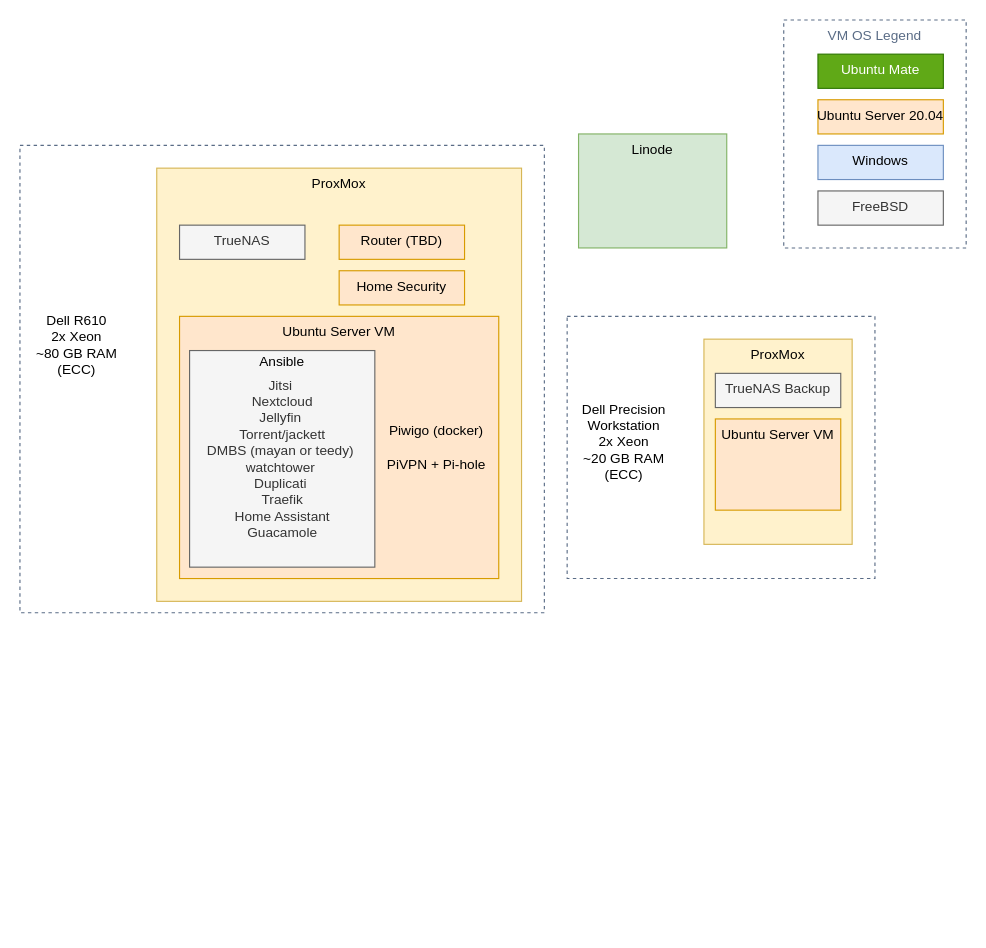
nicpayne713/home-server keeps this draw.io diagram as page "Final Stage" (2 of 3) of docs/new-setup.drawio. Above is the earlier version. Source tidied: cells renumbered, new cells numbered last; positions are measured from the earlier drawing's top-left corner, leaving out a move shared by most shapes. Both pictures are drawn from the tidied source at 114%, with x=0, y=0 at pixel (19, 19).
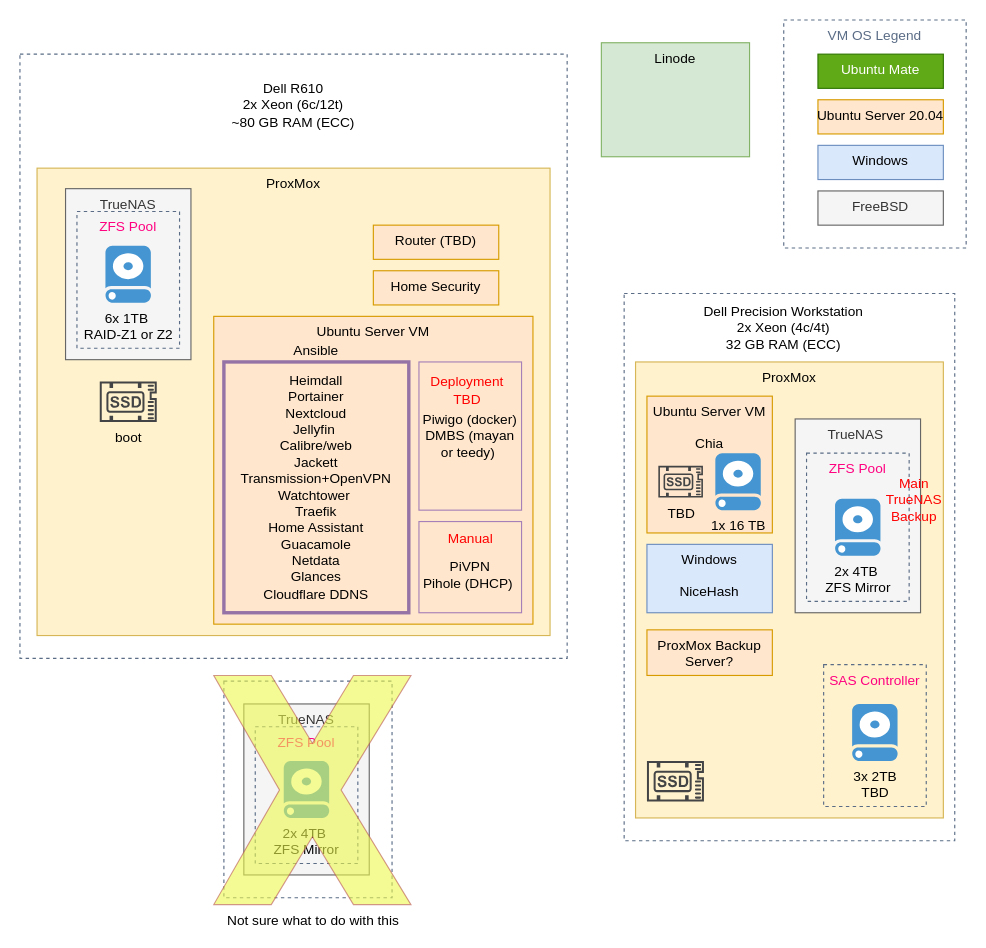
The same page after the edit.

Change to the diagram source:
```diff
@@
-    <mxCell id="2" style="group;" parent="1" vertex="1">
-      <mxGeometry y="110" width="460" height="420" as="geometry" />
-    </mxCell>
+    <mxCell id="4" value="ProxMox" style="fillColor=#fff2cc;strokeColor=#d6b656;dashed=0;verticalAlign=top;fontStyle=0;" parent="1" vertex="1">
+      <mxGeometry x="15" y="130" width="450" height="410" as="geometry" />
+    </mxCell>
-    <mxCell id="3" style="fillColor=none;strokeColor=#5A6C86;dashed=1;verticalAlign=top;fontStyle=0;fontColor=#5A6C86;" parent="2" vertex="1">
-      <mxGeometry width="460" height="410" as="geometry" />
+    <mxCell id="3" style="fillColor=none;strokeColor=#5A6C86;dashed=1;verticalAlign=top;fontStyle=0;fontColor=#5A6C86;" parent="1" vertex="1">
+      <mxGeometry y="30" width="480" height="530" as="geometry" />
     </mxCell>
-    <mxCell id="4" value="ProxMox" style="fillColor=#fff2cc;strokeColor=#d6b656;dashed=0;verticalAlign=top;fontStyle=0;" parent="2" vertex="1">
-      <mxGeometry x="120" y="20" width="320" height="380" as="geometry" />
-    </mxCell>
+    <mxCell id="17" style="fillColor=none;strokeColor=#5A6C86;dashed=1;verticalAlign=top;fontStyle=0;fontColor=#5A6C86;" parent="1" vertex="1">
+      <mxGeometry x="530" y="240" width="290" height="480" as="geometry" />
+    </mxCell>
+    <mxCell id="14" value="ProxMox&#10;" style="fillColor=#fff2cc;strokeColor=#d6b656;dashed=0;verticalAlign=top;fontStyle=0;" parent="1" vertex="1">
+      <mxGeometry x="540" y="300" width="270" height="400" as="geometry" />
+    </mxCell>
+    <mxCell id="15" value="TrueNAS " style="fillColor=#f5f5f5;strokeColor=#666666;dashed=0;verticalAlign=top;fontStyle=0;fontColor=#333333;" parent="1" vertex="1">
+      <mxGeometry x="680" y="350" width="110" height="170" as="geometry" />
+    </mxCell>
+    <mxCell id="22" value="VM OS Legend" style="fillColor=none;strokeColor=#5A6C86;dashed=1;verticalAlign=top;fontStyle=0;fontColor=#5A6C86;" parent="1" vertex="1">
+      <mxGeometry x="670" width="160" height="200" as="geometry" />
+    </mxCell>
+    <mxCell id="19" value="Ubuntu Mate" style="fillColor=#60a917;strokeColor=#2D7600;dashed=0;verticalAlign=top;fontStyle=0;fontColor=#ffffff;" parent="1" vertex="1">
+      <mxGeometry x="700" y="30" width="110" height="30" as="geometry" />
+    </mxCell>
+    <mxCell id="20" value="Ubuntu Server 20.04" style="fillColor=#ffe6cc;strokeColor=#d79b00;dashed=0;verticalAlign=top;fontStyle=0;" parent="1" vertex="1">
+      <mxGeometry x="700" y="70" width="110" height="30" as="geometry" />
+    </mxCell>
+    <mxCell id="21" value="Windows" style="fillColor=#dae8fc;strokeColor=#6c8ebf;dashed=0;verticalAlign=top;fontStyle=0;" parent="1" vertex="1">
+      <mxGeometry x="700" y="110" width="110" height="30" as="geometry" />
+    </mxCell>
+    <mxCell id="23" value="FreeBSD" style="fillColor=#f5f5f5;strokeColor=#666666;dashed=0;verticalAlign=top;fontStyle=0;fontColor=#333333;" parent="1" vertex="1">
+      <mxGeometry x="700" y="150" width="110" height="30" as="geometry" />
+    </mxCell>
+    <mxCell id="24" value="Linode&#10;" style="fillColor=#d5e8d4;strokeColor=#82b366;dashed=0;verticalAlign=top;fontStyle=0;" parent="1" vertex="1">
+      <mxGeometry x="510" y="20" width="130" height="100" as="geometry" />
+    </mxCell>
+    <mxCell id="8" value="Dell R610&lt;br&gt;2x Xeon (6c/12t)&lt;br&gt;~80 GB RAM (ECC)" style="text;html=1;strokeColor=none;fillColor=none;align=center;verticalAlign=middle;whiteSpace=wrap;rounded=0;" parent="1" vertex="1">
+      <mxGeometry x="130" y="50" width="220" height="50" as="geometry" />
+    </mxCell>
+    <mxCell id="18" value="Dell Precision Workstation&lt;br&gt;2x Xeon (4c/4t)&lt;br&gt;32 GB RAM (ECC)" style="text;html=1;strokeColor=none;fillColor=none;align=center;verticalAlign=middle;whiteSpace=wrap;rounded=0;" parent="1" vertex="1">
+      <mxGeometry x="560" y="240" width="220" height="60" as="geometry" />
+    </mxCell>
-    <mxCell id="5" value="TrueNAS" style="fillColor=#f5f5f5;strokeColor=#666666;dashed=0;verticalAlign=top;fontStyle=0;fontColor=#333333;" parent="2" vertex="1">
-      <mxGeometry x="140" y="70" width="110" height="30" as="geometry" />
+    <mxCell id="5" value="TrueNAS" style="fillColor=#f5f5f5;strokeColor=#666666;dashed=0;verticalAlign=top;fontStyle=0;fontColor=#333333;" parent="1" vertex="1">
+      <mxGeometry x="196.4" y="600" width="110" height="150" as="geometry" />
     </mxCell>
-    <mxCell id="6" value="Router (TBD)" style="fillColor=#ffe6cc;strokeColor=#d79b00;dashed=0;verticalAlign=top;fontStyle=0;" parent="2" vertex="1">
-      <mxGeometry x="280" y="70" width="110" height="30" as="geometry" />
+    <mxCell id="6" value="Router (TBD)" style="fillColor=#ffe6cc;strokeColor=#d79b00;dashed=0;verticalAlign=top;fontStyle=0;" parent="1" vertex="1">
+      <mxGeometry x="310" y="180" width="110" height="30" as="geometry" />
     </mxCell>
-    <mxCell id="7" value="Ubuntu Server VM" style="fillColor=#ffe6cc;strokeColor=#d79b00;dashed=0;verticalAlign=top;fontStyle=0;" parent="2" vertex="1">
-      <mxGeometry x="140" y="150" width="280" height="230" as="geometry" />
+    <mxCell id="7" value="Ubuntu Server VM" style="fillColor=#ffe6cc;strokeColor=#d79b00;dashed=0;verticalAlign=top;fontStyle=0;" parent="1" vertex="1">
+      <mxGeometry x="170" y="260" width="280" height="270" as="geometry" />
     </mxCell>
-    <mxCell id="8" value="Dell R610&lt;br&gt;2x Xeon&lt;br&gt;~80 GB RAM (ECC)" style="text;html=1;strokeColor=none;fillColor=none;align=center;verticalAlign=middle;whiteSpace=wrap;rounded=0;" parent="2" vertex="1">
-      <mxGeometry y="70" width="100" height="210" as="geometry" />
-    </mxCell>
-    <mxCell id="9" value="Home Security" style="fillColor=#ffe6cc;strokeColor=#d79b00;dashed=0;verticalAlign=top;fontStyle=0;" parent="2" vertex="1">
-      <mxGeometry x="280" y="110" width="110" height="30" as="geometry" />
+    <mxCell id="9" value="Home Security" style="fillColor=#ffe6cc;strokeColor=#d79b00;dashed=0;verticalAlign=top;fontStyle=0;" parent="1" vertex="1">
+      <mxGeometry x="310" y="220" width="110" height="30" as="geometry" />
     </mxCell>
-    <mxCell id="10" value="Jitsi&amp;nbsp;&lt;br&gt;Nextcloud&lt;br&gt;Jellyfin&amp;nbsp;&lt;br&gt;Torrent/jackett&lt;br&gt;DMBS (mayan or teedy)&amp;nbsp;&lt;br&gt;watchtower&amp;nbsp;&lt;br&gt;Duplicati&amp;nbsp;&lt;br&gt;Traefik&lt;br&gt;Home Assistant&lt;br&gt;Guacamole" style="text;html=1;strokeColor=#666666;fillColor=#f5f5f5;align=center;verticalAlign=middle;whiteSpace=wrap;rounded=0;fontColor=#333333;" parent="2" vertex="1">
-      <mxGeometry x="148.8" y="180" width="162.5" height="190" as="geometry" />
+    <mxCell id="10" value="Heimdall&lt;br&gt;Portainer&lt;br&gt;Nextcloud&lt;br&gt;Jellyfin&amp;nbsp;&lt;br&gt;Calibre/web&lt;br&gt;Jackett&lt;br&gt;Transmission+OpenVPN&lt;br&gt;Watchtower&amp;nbsp;&lt;br&gt;Traefik&lt;br&gt;Home Assistant&lt;br&gt;Guacamole&lt;br&gt;Netdata&lt;br&gt;Glances&lt;br&gt;Cloudflare DDNS" style="text;html=1;strokeColor=#9673a6;align=center;verticalAlign=middle;whiteSpace=wrap;rounded=0;strokeWidth=3;" parent="1" vertex="1">
+      <mxGeometry x="178.9" y="300" width="162.2" height="220" as="geometry" />
     </mxCell>
-    <mxCell id="11" value="Ansible" style="text;html=1;strokeColor=none;fillColor=none;align=center;verticalAlign=middle;whiteSpace=wrap;rounded=0;" parent="2" vertex="1">
-      <mxGeometry x="210" y="180" width="40" height="20" as="geometry" />
+    <mxCell id="11" value="Ansible" style="text;html=1;strokeColor=none;fillColor=none;align=center;verticalAlign=middle;whiteSpace=wrap;rounded=0;" parent="1" vertex="1">
+      <mxGeometry x="240" y="280" width="40" height="20" as="geometry" />
     </mxCell>
-    <mxCell id="12" value="Piwigo (docker)&lt;br&gt;&lt;br&gt;PiVPN + Pi-hole" style="text;html=1;strokeColor=none;fillColor=none;align=center;verticalAlign=middle;whiteSpace=wrap;rounded=0;" parent="2" vertex="1">
-      <mxGeometry x="311.2" y="220" width="108.8" height="90" as="geometry" />
+    <mxCell id="12" value="Piwigo (docker)&lt;br&gt;DMBS (mayan or teedy)&amp;nbsp;" style="text;html=1;fillColor=none;align=center;verticalAlign=middle;whiteSpace=wrap;rounded=0;strokeColor=#A680B8;" parent="1" vertex="1">
+      <mxGeometry x="350" y="300" width="90" height="130" as="geometry" />
     </mxCell>
-    <mxCell id="13" style="group;" parent="1" vertex="1">
-      <mxGeometry x="480" y="260" width="270" height="230" as="geometry" />
-    </mxCell>
-    <mxCell id="14" value="ProxMox&#10;" style="fillColor=#fff2cc;strokeColor=#d6b656;dashed=0;verticalAlign=top;fontStyle=0;" parent="13" vertex="1">
-      <mxGeometry x="120" y="20" width="130" height="180" as="geometry" />
-    </mxCell>
-    <mxCell id="15" value="TrueNAS Backup" style="fillColor=#f5f5f5;strokeColor=#666666;dashed=0;verticalAlign=top;fontStyle=0;fontColor=#333333;" parent="13" vertex="1">
-      <mxGeometry x="130" y="50" width="110" height="30" as="geometry" />
-    </mxCell>
-    <mxCell id="16" value="Ubuntu Server VM" style="fillColor=#ffe6cc;strokeColor=#d79b00;dashed=0;verticalAlign=top;fontStyle=0;" parent="13" vertex="1">
-      <mxGeometry x="130" y="90" width="110" height="80" as="geometry" />
+    <mxCell id="16" value="Ubuntu Server VM&#10;&#10;Chia" style="fillColor=#ffe6cc;strokeColor=#d79b00;dashed=0;verticalAlign=top;fontStyle=0;" parent="1" vertex="1">
+      <mxGeometry x="550" y="330" width="110" height="120" as="geometry" />
     </mxCell>
-    <mxCell id="17" style="fillColor=none;strokeColor=#5A6C86;dashed=1;verticalAlign=top;fontStyle=0;fontColor=#5A6C86;" parent="13" vertex="1">
-      <mxGeometry width="270" height="230" as="geometry" />
-    </mxCell>
-    <mxCell id="18" value="Dell Precision Workstation&lt;br&gt;2x Xeon&lt;br&gt;~20 GB RAM (ECC)" style="text;html=1;strokeColor=none;fillColor=none;align=center;verticalAlign=middle;whiteSpace=wrap;rounded=0;" parent="13" vertex="1">
-      <mxGeometry y="5" width="100" height="210" as="geometry" />
-    </mxCell>
-    <mxCell id="19" value="Ubuntu Mate" style="fillColor=#60a917;strokeColor=#2D7600;dashed=0;verticalAlign=top;fontStyle=0;fontColor=#ffffff;" parent="1" vertex="1">
-      <mxGeometry x="700" y="30" width="110" height="30" as="geometry" />
-    </mxCell>
-    <mxCell id="20" value="Ubuntu Server 20.04" style="fillColor=#ffe6cc;strokeColor=#d79b00;dashed=0;verticalAlign=top;fontStyle=0;" parent="1" vertex="1">
-      <mxGeometry x="700" y="70" width="110" height="30" as="geometry" />
-    </mxCell>
-    <mxCell id="21" value="Windows" style="fillColor=#dae8fc;strokeColor=#6c8ebf;dashed=0;verticalAlign=top;fontStyle=0;" parent="1" vertex="1">
-      <mxGeometry x="700" y="110" width="110" height="30" as="geometry" />
-    </mxCell>
-    <mxCell id="22" value="VM OS Legend" style="fillColor=none;strokeColor=#5A6C86;dashed=1;verticalAlign=top;fontStyle=0;fontColor=#5A6C86;" parent="1" vertex="1">
-      <mxGeometry x="670" width="160" height="200" as="geometry" />
-    </mxCell>
-    <mxCell id="23" value="FreeBSD" style="fillColor=#f5f5f5;strokeColor=#666666;dashed=0;verticalAlign=top;fontStyle=0;fontColor=#333333;" parent="1" vertex="1">
-      <mxGeometry x="700" y="150" width="110" height="30" as="geometry" />
-    </mxCell>
-    <mxCell id="24" value="Linode&#10;" style="fillColor=#d5e8d4;strokeColor=#82b366;dashed=0;verticalAlign=top;fontStyle=0;" parent="1" vertex="1">
-      <mxGeometry x="490" y="100" width="130" height="100" as="geometry" />
-    </mxCell>
+    <mxCell id="25" value="2x 4TB&amp;nbsp;&lt;br&gt;ZFS Mirror" style="shadow=0;dashed=0;html=1;strokeColor=none;fillColor=#4495D1;labelPosition=center;verticalLabelPosition=bottom;verticalAlign=top;align=center;shape=mxgraph.veeam.2d.hard_drive;" parent="1" vertex="1">
+      <mxGeometry x="715" y="420" width="40" height="50" as="geometry" />
+    </mxCell>
+    <mxCell id="26" value="3x 2TB&lt;br&gt;TBD" style="shadow=0;dashed=0;html=1;strokeColor=none;fillColor=#4495D1;labelPosition=center;verticalLabelPosition=bottom;verticalAlign=top;align=center;shape=mxgraph.veeam.2d.hard_drive;" parent="1" vertex="1">
+      <mxGeometry x="730" y="600" width="40" height="50" as="geometry" />
+    </mxCell>
+    <mxCell id="27" value="1x 16 TB" style="shadow=0;dashed=0;html=1;strokeColor=none;fillColor=#4495D1;labelPosition=center;verticalLabelPosition=bottom;verticalAlign=top;align=center;shape=mxgraph.veeam.2d.hard_drive;" parent="1" vertex="1">
+      <mxGeometry x="610" y="380" width="40" height="50" as="geometry" />
+    </mxCell>
+    <mxCell id="28" value="ProxMox Backup &#10;Server?" style="fillColor=#ffe6cc;strokeColor=#d79b00;dashed=0;verticalAlign=top;fontStyle=0;" parent="1" vertex="1">
+      <mxGeometry x="550" y="535" width="110" height="40" as="geometry" />
+    </mxCell>
+    <mxCell id="29" value="boot" style="shadow=0;dashed=0;html=1;strokeColor=none;fillColor=#434445;labelPosition=center;verticalLabelPosition=bottom;verticalAlign=top;align=center;shape=mxgraph.vvd.ssd;" parent="1" vertex="1">
+      <mxGeometry x="70" y="317.2" width="50" height="35.5" as="geometry" />
+    </mxCell>
+    <mxCell id="30" style="shadow=0;dashed=0;html=1;strokeColor=none;fillColor=#434445;labelPosition=center;verticalLabelPosition=bottom;verticalAlign=top;align=center;shape=mxgraph.vvd.ssd;" parent="1" vertex="1">
+      <mxGeometry x="550" y="650" width="50" height="35.5" as="geometry" />
+    </mxCell>
+    <mxCell id="31" value="Windows&#10;&#10;NiceHash" style="fillColor=#dae8fc;strokeColor=#6c8ebf;dashed=0;verticalAlign=top;fontStyle=0;" parent="1" vertex="1">
+      <mxGeometry x="550" y="460" width="110" height="60" as="geometry" />
+    </mxCell>
+    <mxCell id="32" value="ZFS Pool" style="fillColor=none;strokeColor=#5A6C86;dashed=1;verticalAlign=top;fontStyle=0;fontColor=#FF0080;" parent="1" vertex="1">
+      <mxGeometry x="690" y="380" width="90" height="130" as="geometry" />
+    </mxCell>
+    <mxCell id="33" value="TBD" style="shadow=0;dashed=0;html=1;strokeColor=none;fillColor=#434445;labelPosition=center;verticalLabelPosition=bottom;verticalAlign=top;align=center;shape=mxgraph.vvd.ssd;" parent="1" vertex="1">
+      <mxGeometry x="560" y="391.1" width="39.1" height="27.8" as="geometry" />
+    </mxCell>
+    <mxCell id="34" value="Deployment TBD" style="text;html=1;strokeColor=none;fillColor=none;align=center;verticalAlign=middle;whiteSpace=wrap;rounded=0;fontColor=#FF0000;" parent="1" vertex="1">
+      <mxGeometry x="370" y="310" width="45" height="30" as="geometry" />
+    </mxCell>
+    <mxCell id="35" value="SAS Controller" style="fillColor=none;strokeColor=#5A6C86;dashed=1;verticalAlign=top;fontStyle=0;fontColor=#FF0080;" parent="1" vertex="1">
+      <mxGeometry x="705" y="565.5" width="90" height="124.5" as="geometry" />
+    </mxCell>
+    <mxCell id="36" value="Main TrueNAS Backup" style="text;html=1;strokeColor=none;fillColor=none;align=center;verticalAlign=middle;whiteSpace=wrap;rounded=0;fontColor=#FF0000;" parent="1" vertex="1">
+      <mxGeometry x="762" y="396" width="45" height="50" as="geometry" />
+    </mxCell>
+    <mxCell id="37" value="&lt;br&gt;PiVPN&lt;br&gt;Pihole (DHCP)&amp;nbsp;" style="text;html=1;fillColor=none;align=center;verticalAlign=middle;whiteSpace=wrap;rounded=0;strokeColor=#A680B8;" parent="1" vertex="1">
+      <mxGeometry x="350" y="440" width="90" height="80" as="geometry" />
+    </mxCell>
+    <mxCell id="38" value="Manual" style="text;html=1;strokeColor=none;fillColor=none;align=center;verticalAlign=middle;whiteSpace=wrap;rounded=0;fontColor=#FF0000;" parent="1" vertex="1">
+      <mxGeometry x="372.5" y="440" width="45" height="30" as="geometry" />
+    </mxCell>
+    <mxCell id="39" value="ZFS Pool" style="fillColor=none;strokeColor=#5A6C86;dashed=1;verticalAlign=top;fontStyle=0;fontColor=#FF0080;" parent="1" vertex="1">
+      <mxGeometry x="206.4" y="620" width="90" height="120" as="geometry" />
+    </mxCell>
+    <mxCell id="40" value="2x 4TB&amp;nbsp;&lt;br&gt;ZFS Mirror" style="shadow=0;dashed=0;html=1;strokeColor=none;fillColor=#4495D1;labelPosition=center;verticalLabelPosition=bottom;verticalAlign=top;align=center;shape=mxgraph.veeam.2d.hard_drive;" parent="1" vertex="1">
+      <mxGeometry x="231.4" y="650" width="40" height="50" as="geometry" />
+    </mxCell>
+    <mxCell id="41" style="fillColor=none;strokeColor=#5A6C86;dashed=1;verticalAlign=top;fontStyle=0;fontColor=#5A6C86;" parent="1" vertex="1">
+      <mxGeometry x="178.9" y="580" width="147.5" height="190" as="geometry" />
+    </mxCell>
+    <mxCell id="42" value="TrueNAS" style="fillColor=#f5f5f5;strokeColor=#666666;dashed=0;verticalAlign=top;fontStyle=0;fontColor=#333333;" parent="1" vertex="1">
+      <mxGeometry x="40" y="148" width="110" height="150" as="geometry" />
+    </mxCell>
+    <mxCell id="43" value="ZFS Pool" style="fillColor=none;strokeColor=#5A6C86;dashed=1;verticalAlign=top;fontStyle=0;fontColor=#FF0080;" parent="1" vertex="1">
+      <mxGeometry x="50" y="168" width="90" height="120" as="geometry" />
+    </mxCell>
+    <mxCell id="44" value="6x 1TB&amp;nbsp;&lt;br&gt;RAID-Z1 or Z2" style="shadow=0;dashed=0;html=1;strokeColor=none;fillColor=#4495D1;labelPosition=center;verticalLabelPosition=bottom;verticalAlign=top;align=center;shape=mxgraph.veeam.2d.hard_drive;" parent="1" vertex="1">
+      <mxGeometry x="75" y="198" width="40" height="50" as="geometry" />
+    </mxCell>
+    <mxCell id="45" value="Not sure what to do with this" style="verticalLabelPosition=bottom;verticalAlign=top;html=1;shape=mxgraph.basic.x;strokeColor=#b85450;opacity=60;fillColor=#EDF84D;" parent="1" vertex="1">
+      <mxGeometry x="170" y="575" width="173" height="201" as="geometry" />
+    </mxCell>
```
